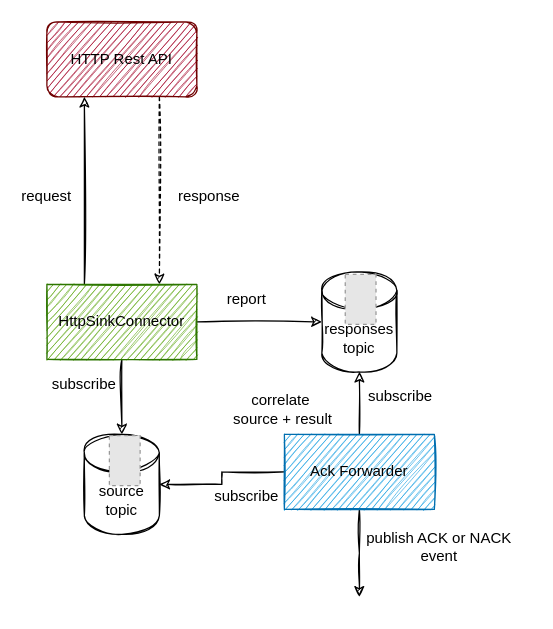
Above: page "use-case" (1 of 7) of docs/schemas.drawio in LGouellec/kafka-http-request-reply (draw.io), before the change. Source tidied: cells renumbered, new cells numbered last; positions are measured from the earlier drawing's top-left corner, leaving out a move shared by most shapes. Both pictures are drawn from the tidied source at 125%, with x=0, y=0 at pixel (21, 21). Pictures stored in the file or linked from it are replaced by grey dashed boxes.
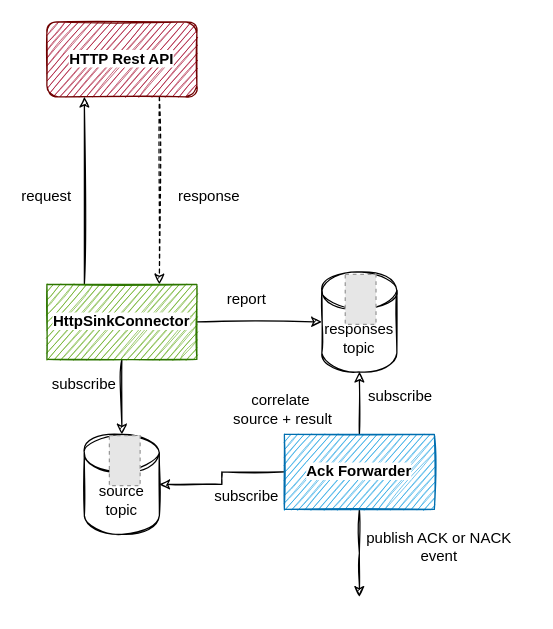
Above is the later version.

The edit, as a diff of the source:
```diff
@@
-    <mxCell id="4" value="&lt;font color=&quot;#000000&quot;&gt;HTTP Rest API&lt;/font&gt;" style="rounded=1;whiteSpace=wrap;html=1;sketch=1;fillColor=#a20025;strokeColor=#6F0000;fontColor=#ffffff;" parent="1" vertex="1">
+    <mxCell id="4" value="&lt;font color=&quot;#000000&quot; style=&quot;background-color: rgb(255 , 255 , 255)&quot;&gt;&lt;b&gt;HTTP Rest API&lt;/b&gt;&lt;/font&gt;" style="rounded=1;whiteSpace=wrap;html=1;sketch=1;fillColor=#a20025;strokeColor=#6F0000;fontColor=#ffffff;" parent="1" vertex="1">
       <mxGeometry x="20" width="120" height="60" as="geometry" />
     </mxCell>
@@
-    <mxCell id="8" value="&lt;font color=&quot;#000000&quot;&gt;HttpSinkConnector&lt;/font&gt;" style="rounded=0;whiteSpace=wrap;html=1;sketch=1;fillColor=#60a917;strokeColor=#2D7600;fontColor=#ffffff;" parent="1" vertex="1">
+    <mxCell id="8" value="&lt;font color=&quot;#000000&quot;&gt;&lt;b style=&quot;background-color: rgb(255 , 255 , 255)&quot;&gt;HttpSinkConnector&lt;/b&gt;&lt;/font&gt;" style="rounded=0;whiteSpace=wrap;html=1;sketch=1;fillColor=#60a917;strokeColor=#2D7600;fontColor=#ffffff;" parent="1" vertex="1">
       <mxGeometry x="20" y="210" width="120" height="60" as="geometry" />
     </mxCell>
@@
-    <mxCell id="17" value="&lt;font color=&quot;#000000&quot;&gt;Ack Forwarder&lt;/font&gt;" style="rounded=0;whiteSpace=wrap;html=1;sketch=1;fillColor=#1ba1e2;strokeColor=#006EAF;fontColor=#ffffff;" parent="1" vertex="1">
+    <mxCell id="17" value="&lt;font color=&quot;#000000&quot;&gt;&lt;b style=&quot;background-color: rgb(255 , 255 , 255)&quot;&gt;Ack Forwarder&lt;/b&gt;&lt;/font&gt;" style="rounded=0;whiteSpace=wrap;html=1;sketch=1;fillColor=#1ba1e2;strokeColor=#006EAF;fontColor=#ffffff;" parent="1" vertex="1">
       <mxGeometry x="210" y="330" width="120" height="60" as="geometry" />
     </mxCell>
```
